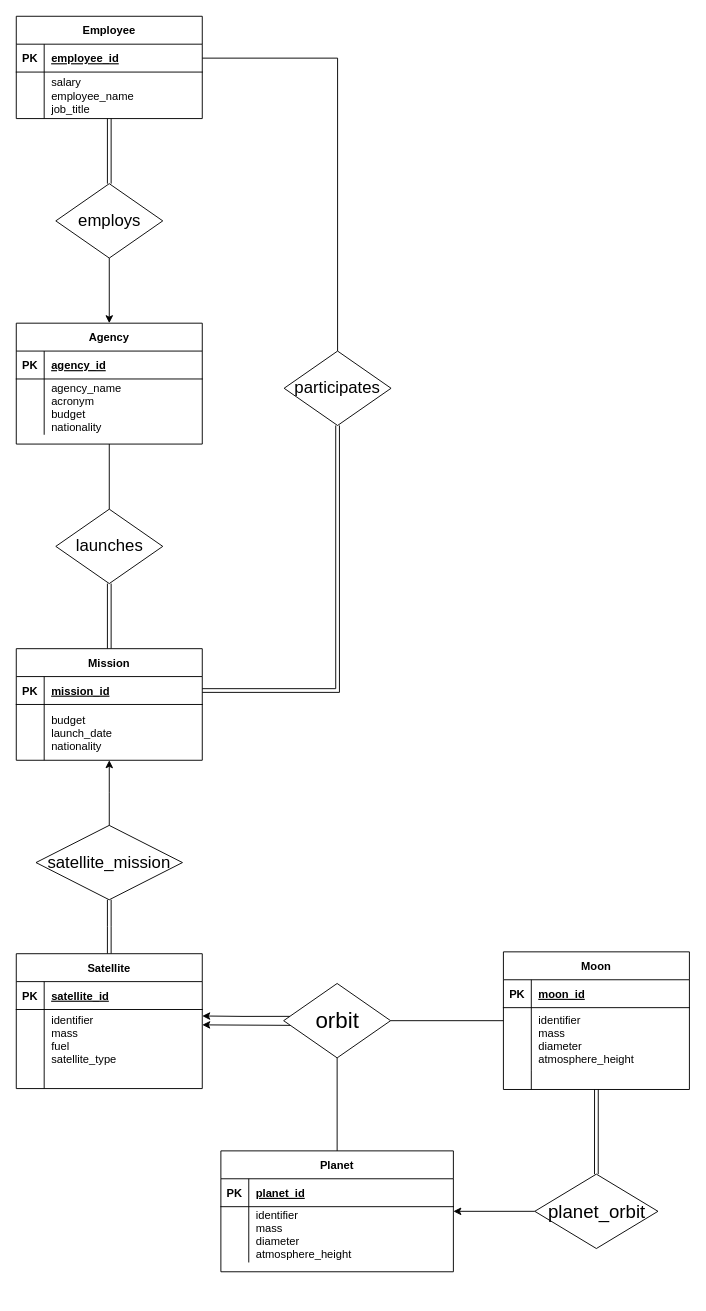
Above: conceptual_design.drawio in tacecapSx/satellite-database (draw.io), before the change. Source tidied: cells renumbered, new cells numbered last; positions are measured from the earlier drawing's top-left corner, leaving out a move shared by most shapes. Both pictures are drawn from the tidied source at 93%, with x=0, y=0 at pixel (16, 16).
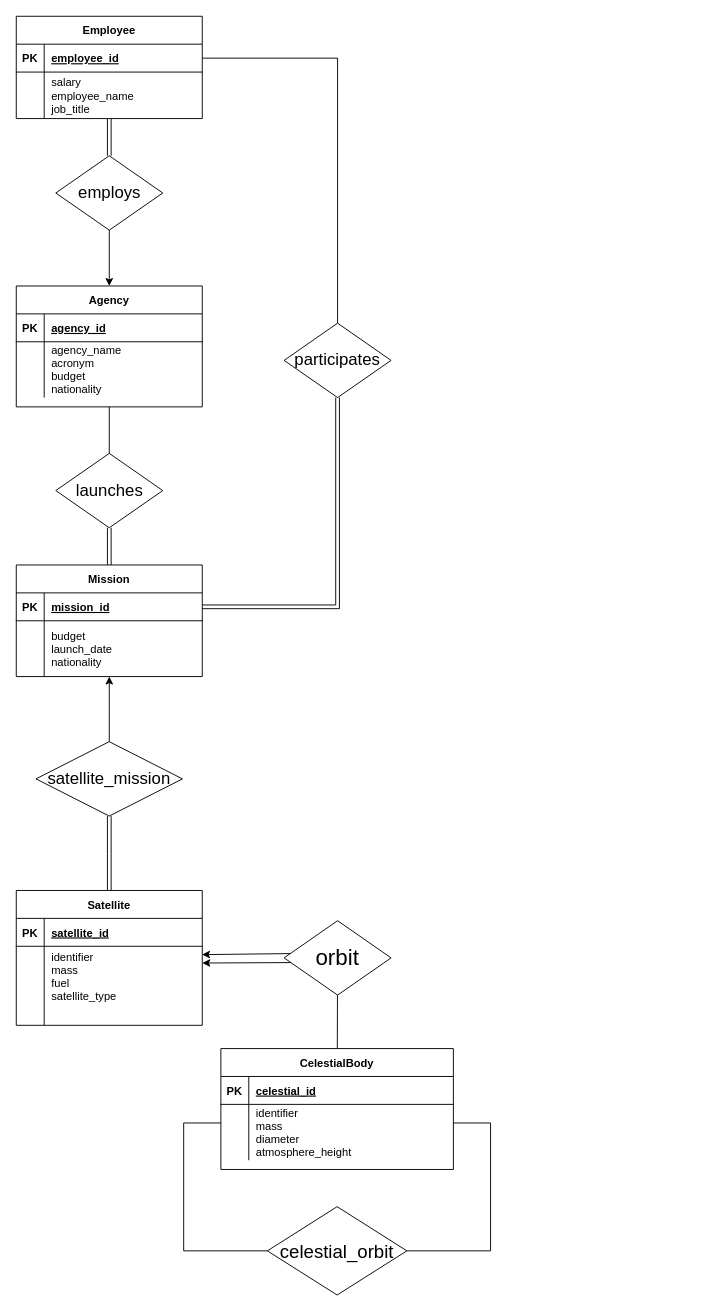
After the change.

Commit message (it also covers changes not shown here):
changed planets and moons to celestial bodies, made celestial orbits and some procedures

The change refers to these unchanged cells:
```xml
<mxCell id="18" style="shape=partialRectangle;fillColor=none;points=[[0,0.5],[1,0.5]];portConstraint=eastwest;top=0;left=0;right=0;bottom=0;" parent="14" vertex="1">
  <mxGeometry y="60" width="200" height="65" as="geometry" />
</mxCell>
<mxCell id="26" style="shape=partialRectangle;fillColor=none;top=0;left=0;right=0;bottom=1;" parent="25" vertex="1">
  <mxGeometry y="30" width="250" height="30" as="geometry" />
</mxCell>
```

Change to the diagram source:
```diff
@@
-    <mxCell id="2" style="rounded=0;jettySize=auto;html=1;endArrow=none;endFill=0;" parent="1" edge="1" source="3" target="51">
-      <mxGeometry relative="1" as="geometry" />
-    </mxCell>
-    <mxCell id="3" value="Moon" style="shape=table;startSize=30;childLayout=tableLayout;rowLines=0;fontStyle=1;align=center;" parent="1" vertex="1">
-      <mxGeometry x="523.8" y="1006" width="200" height="148" as="geometry" />
-    </mxCell>
-    <mxCell id="4" style="shape=partialRectangle;fillColor=none;top=0;left=0;right=0;bottom=1;" parent="3" vertex="1">
-      <mxGeometry y="30" width="200" height="30" as="geometry" />
-    </mxCell>
-    <mxCell id="5" value="PK" style="shape=partialRectangle;overflow=hidden;fillColor=none;top=0;left=0;bottom=0;right=0;fontStyle=1;" parent="4" vertex="1">
-      <mxGeometry width="30" height="30" as="geometry" />
-    </mxCell>
-    <mxCell id="6" value="moon_id" style="shape=partialRectangle;overflow=hidden;fillColor=none;top=0;left=0;bottom=0;right=0;align=left;spacingLeft=6;fontStyle=5;" parent="4" vertex="1">
-      <mxGeometry x="30" width="170" height="30" as="geometry" />
-    </mxCell>
-    <mxCell id="7" style="shape=partialRectangle;fillColor=none;top=0;left=0;right=0;bottom=0;" parent="3" vertex="1">
-      <mxGeometry y="60" width="200" height="68" as="geometry" />
-    </mxCell>
-    <mxCell id="8" style="shape=partialRectangle;overflow=hidden;fillColor=none;top=0;left=0;bottom=0;right=0;" parent="7" vertex="1">
-      <mxGeometry width="30" height="68" as="geometry" />
-    </mxCell>
-    <mxCell id="9" value="identifier&#10;mass&#10;diameter&#10;atmosphere_height" style="shape=partialRectangle;overflow=hidden;fillColor=none;top=0;left=0;bottom=0;right=0;align=left;spacingLeft=6;" parent="7" vertex="1">
-      <mxGeometry x="30" width="170" height="68" as="geometry" />
-    </mxCell>
-    <mxCell id="10" style="shape=partialRectangle;fillColor=none;points=[[0,0.5],[1,0.5]];portConstraint=eastwest;top=0;left=0;right=0;bottom=0;" parent="3" vertex="1">
-      <mxGeometry y="128" width="200" height="20" as="geometry" />
-    </mxCell>
-    <mxCell id="11" style="shape=partialRectangle;overflow=hidden;fillColor=none;top=0;left=0;bottom=0;right=0;" parent="10" vertex="1">
-      <mxGeometry width="30" height="20" as="geometry" />
-    </mxCell>
-    <mxCell id="12" style="shape=partialRectangle;overflow=hidden;fillColor=none;top=0;left=0;bottom=0;right=0;align=left;spacingLeft=6;" parent="10" vertex="1">
-      <mxGeometry x="30" width="170" height="20" as="geometry" />
-    </mxCell>
@@
     <mxCell id="14" value="Satellite" style="shape=table;startSize=30;childLayout=tableLayout;rowLines=0;fontStyle=1;align=center;" parent="1" vertex="1">
-      <mxGeometry y="1008" width="200" height="145" as="geometry" />
+      <mxGeometry y="940" width="200" height="145" as="geometry" />
     </mxCell>
@@
+    <mxCell id="70" style="edgeStyle=orthogonalEdgeStyle;rounded=0;jettySize=auto;html=1;entryX=0;entryY=0.5;entryDx=0;entryDy=0;endArrow=none;endFill=0;" parent="1" edge="1" source="25" target="48">
+      <mxGeometry relative="1" as="geometry">
+        <Array as="points">
+          <mxPoint x="180" y="1190" />
+          <mxPoint x="180" y="1328" />
+        </Array>
+      </mxGeometry>
+    </mxCell>
+    <mxCell id="71" style="edgeStyle=orthogonalEdgeStyle;rounded=0;jettySize=auto;html=1;entryX=1;entryY=0.5;entryDx=0;entryDy=0;endArrow=none;endFill=0;" parent="1" edge="1" source="25" target="48">
+      <mxGeometry relative="1" as="geometry">
+        <Array as="points">
+          <mxPoint x="510" y="1190" />
+          <mxPoint x="510" y="1327" />
+        </Array>
+      </mxGeometry>
+    </mxCell>
-    <mxCell id="25" value="Planet" style="shape=table;startSize=30;childLayout=tableLayout;rowLines=0;fontStyle=1;align=center;" parent="1" vertex="1">
-      <mxGeometry x="220" y="1220" width="250" height="130" as="geometry" />
+    <mxCell id="25" value="CelestialBody" style="shape=table;startSize=30;childLayout=tableLayout;rowLines=0;fontStyle=1;align=center;" parent="1" vertex="1">
+      <mxGeometry x="220" y="1110" width="250" height="130" as="geometry" />
     </mxCell>
@@
-    <mxCell id="28" value="planet_id" style="shape=partialRectangle;overflow=hidden;fillColor=none;top=0;left=0;bottom=0;right=0;align=left;spacingLeft=6;fontStyle=5;" parent="26" vertex="1">
+    <mxCell id="28" value="celestial_id" style="shape=partialRectangle;overflow=hidden;fillColor=none;top=0;left=0;bottom=0;right=0;align=left;spacingLeft=6;fontStyle=5;" parent="26" vertex="1">
       <mxGeometry x="30" width="220" height="30" as="geometry" />
     </mxCell>
@@
     <mxCell id="32" value="Agency" style="shape=table;startSize=30;childLayout=tableLayout;rowLines=0;fontStyle=1;align=center;" parent="1" vertex="1">
-      <mxGeometry y="330" width="200" height="130" as="geometry" />
+      <mxGeometry y="290" width="200" height="130" as="geometry" />
     </mxCell>
@@
-    <mxCell id="47" style="edgeStyle=orthogonalEdgeStyle;rounded=0;jettySize=auto;html=1;" parent="1" edge="1" source="48" target="25">
-      <mxGeometry relative="1" as="geometry" />
-    </mxCell>
-    <mxCell id="48" value="&lt;font style=&quot;font-size: 20px;&quot;&gt;planet_orbit&lt;/font&gt;" style="rhombus;whiteSpace=wrap;html=1;" parent="1" vertex="1">
-      <mxGeometry x="557.5" y="1245" width="132.5" height="80" as="geometry" />
+    <mxCell id="48" value="&lt;font style=&quot;font-size: 20px;&quot;&gt;celestial_orbit&lt;/font&gt;" style="rhombus;whiteSpace=wrap;html=1;" parent="1" vertex="1">
+      <mxGeometry x="270" y="1280" width="150" height="95" as="geometry" />
     </mxCell>
-    <mxCell id="49" style="edgeStyle=orthogonalEdgeStyle;rounded=0;jettySize=auto;html=1;exitX=0.066;exitY=0.563;exitDx=0;exitDy=0;exitPerimeter=0;" parent="1" edge="1" source="51">
+    <mxCell id="49" style="rounded=0;jettySize=auto;html=1;exitX=0.066;exitY=0.563;exitDx=0;exitDy=0;exitPerimeter=0;" parent="1" edge="1" source="51">
       <mxGeometry relative="1" as="geometry">
-        <mxPoint x="200" y="1084.5" as="targetPoint" />
+        <mxPoint x="200" y="1018" as="targetPoint" />
       </mxGeometry>
     </mxCell>
-    <mxCell id="50" style="edgeStyle=orthogonalEdgeStyle;rounded=0;jettySize=auto;html=1;exitX=0.06;exitY=0.442;exitDx=0;exitDy=0;exitPerimeter=0;entryX=1;entryY=0.107;entryDx=0;entryDy=0;entryPerimeter=0;" parent="1" edge="1" source="51" target="18">
+    <mxCell id="50" style="rounded=0;jettySize=auto;html=1;exitX=0.06;exitY=0.442;exitDx=0;exitDy=0;exitPerimeter=0;entryX=0.999;entryY=0.138;entryDx=0;entryDy=0;entryPerimeter=0;" parent="1" edge="1" source="51" target="18">
       <mxGeometry relative="1" as="geometry" />
     </mxCell>
     <mxCell id="51" value="&lt;font style=&quot;font-size: 24px;&quot;&gt;orbit&lt;/font&gt;" style="rhombus;whiteSpace=wrap;html=1;" parent="1" vertex="1">
-      <mxGeometry x="287.5" y="1040" width="115" height="80" as="geometry" />
+      <mxGeometry x="288" y="972.5" width="115" height="80" as="geometry" />
     </mxCell>
@@
     <mxCell id="53" value="Mission" style="shape=table;startSize=30;childLayout=tableLayout;rowLines=0;fontStyle=1;align=center;" parent="1" vertex="1">
-      <mxGeometry y="680" width="200" height="120" as="geometry" />
+      <mxGeometry y="590" width="200" height="120" as="geometry" />
     </mxCell>
@@
     <mxCell id="61" value="&lt;font style=&quot;font-size: 18px;&quot;&gt;satellite_mission&lt;/font&gt;" style="rhombus;whiteSpace=wrap;html=1;" parent="1" vertex="1">
-      <mxGeometry x="21.2" y="870" width="157.5" height="80" as="geometry" />
+      <mxGeometry x="21.2" y="780" width="157.5" height="80" as="geometry" />
     </mxCell>
@@
     <mxCell id="63" value="&lt;font style=&quot;font-size: 18px;&quot;&gt;launches&lt;/font&gt;" style="rhombus;whiteSpace=wrap;html=1;" parent="1" vertex="1">
-      <mxGeometry x="42.5" y="530" width="115" height="80" as="geometry" />
+      <mxGeometry x="42.5" y="470" width="115" height="80" as="geometry" />
     </mxCell>
@@
     <mxCell id="65" value="&lt;font style=&quot;font-size: 18px;&quot;&gt;employs&lt;/font&gt;" style="rhombus;whiteSpace=wrap;html=1;" parent="1" vertex="1">
-      <mxGeometry x="42.5" y="180" width="115" height="80" as="geometry" />
+      <mxGeometry x="42.5" y="150" width="115" height="80" as="geometry" />
     </mxCell>
-    <mxCell id="66" style="rounded=0;jettySize=auto;html=1;endArrow=none;endFill=0;shape=link;" parent="1" edge="1" source="48" target="10">
-      <mxGeometry relative="1" as="geometry" />
-    </mxCell>
@@
     <mxCell id="69" value="&lt;font style=&quot;font-size: 18px;&quot;&gt;participates&lt;/font&gt;" style="rhombus;whiteSpace=wrap;html=1;" parent="1" vertex="1">
-      <mxGeometry x="288" y="360" width="115" height="80" as="geometry" />
+      <mxGeometry x="288" y="330" width="115" height="80" as="geometry" />
     </mxCell>
```
